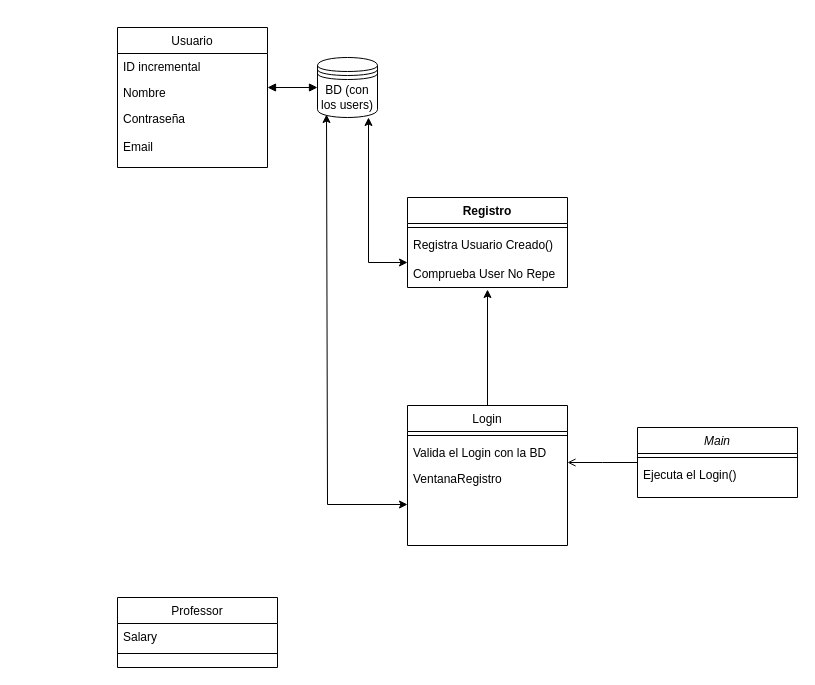
The draw.io diagram Diagrama sin título.drawio in anerlekue/DeustoBooky, before the edit. Source tidied: cells renumbered, new cells numbered last; positions are measured from the earlier drawing's top-left corner, leaving out a move shared by most shapes. Both pictures are drawn from the tidied source at 100%, with x=0, y=0 at pixel (117, 27).
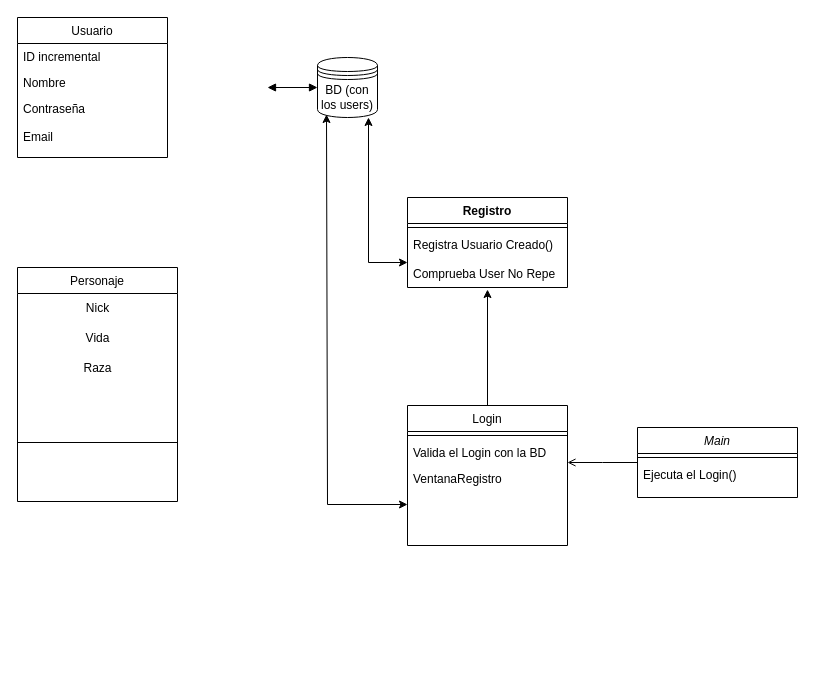
The same page after the edit.

Diff of the diagram source:
```diff
@@
     <mxCell id="5" value="Usuario" style="swimlane;fontStyle=0;align=center;verticalAlign=top;horizontal=1;startSize=26;rounded=0;shadow=0;strokeWidth=1;" parent="1" vertex="1">
-      <mxGeometry width="150" height="140" as="geometry" />
+      <mxGeometry x="-100" y="-10" width="150" height="140" as="geometry" />
     </mxCell>
@@
-    <mxCell id="10" value="Professor" style="swimlane;fontStyle=0;align=center;verticalAlign=top;horizontal=1;startSize=26;rounded=0;shadow=0;strokeWidth=1;" parent="1" vertex="1">
-      <mxGeometry y="570" width="160" height="70" as="geometry" />
+    <mxCell id="10" value="Personaje" style="swimlane;fontStyle=0;align=center;verticalAlign=top;horizontal=1;startSize=26;rounded=0;shadow=0;strokeWidth=1;" parent="1" vertex="1">
+      <mxGeometry x="-100" y="240" width="160" height="234" as="geometry" />
     </mxCell>
-    <mxCell id="11" value="Salary" style="text;align=left;verticalAlign=top;spacingLeft=4;spacingRight=4;overflow=hidden;" parent="10" vertex="1">
-      <mxGeometry y="26" width="160" height="26" as="geometry" />
-    </mxCell>
+    <mxCell id="29" value="Nick" style="text;html=1;align=center;verticalAlign=middle;strokeColor=none;fillColor=none;" parent="10" vertex="1">
+      <mxGeometry y="26" width="160" height="30" as="geometry" />
+    </mxCell>
+    <mxCell id="30" value="Vida&lt;br&gt;" style="text;html=1;align=center;verticalAlign=middle;strokeColor=none;fillColor=none;" parent="10" vertex="1">
+      <mxGeometry y="56" width="160" height="30" as="geometry" />
+    </mxCell>
+    <mxCell id="31" value="Raza" style="text;html=1;align=center;verticalAlign=middle;strokeColor=none;fillColor=none;" parent="10" vertex="1">
+      <mxGeometry y="86" width="160" height="30" as="geometry" />
+    </mxCell>
     <mxCell id="12" style="line;html=1;strokeWidth=1;align=left;verticalAlign=middle;spacingTop=-1;spacingLeft=3;spacingRight=3;labelPosition=right;" parent="10" vertex="1">
-      <mxGeometry y="52" width="160" height="8" as="geometry" />
+      <mxGeometry y="116" width="160" height="118" as="geometry" />
     </mxCell>
```
